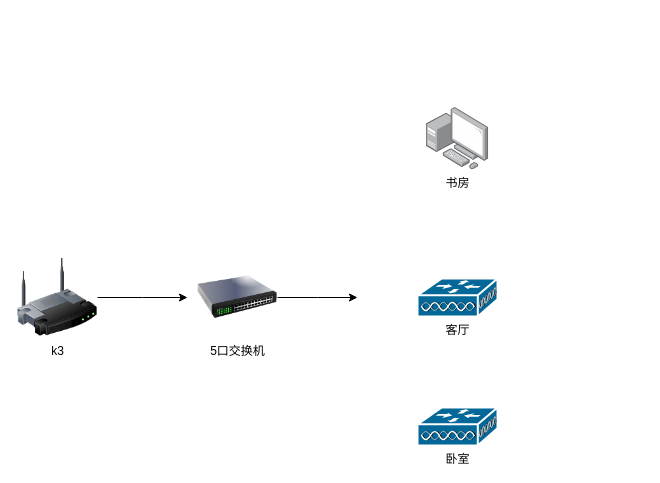
yehonghao/draw keeps this draw.io diagram as Untitled Diagram.drawio. Above is the earlier version. Source tidied: cells renumbered, new cells numbered last; positions are measured from the earlier drawing's top-left corner, leaving out a move shared by most shapes. Both pictures are drawn from the tidied source at 100%, with x=0, y=0 at pixel (17, 107).
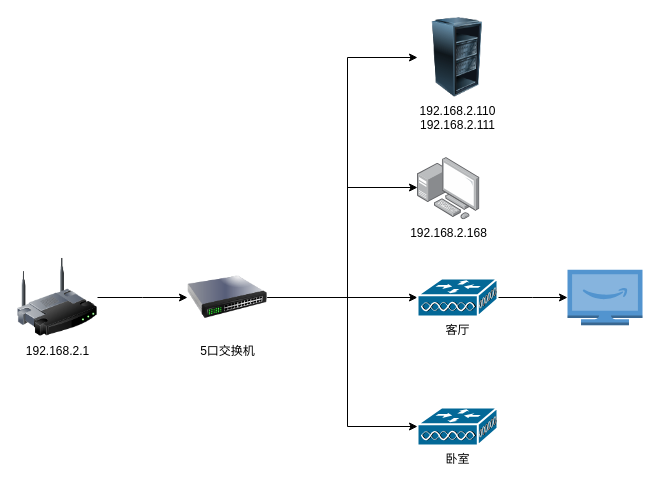
The same diagram, later.

Unchanged cells that the change refers to:
```xml
<mxCell id="7" value="客厅" style="shape=mxgraph.cisco.misc.mesh_ap;html=1;dashed=0;fillColor=#036897;strokeColor=#ffffff;strokeWidth=2;verticalLabelPosition=bottom;verticalAlign=top;align=center;outlineConnect=0;" parent="1" vertex="1">
  <mxGeometry x="400" y="171" width="80" height="38" as="geometry" />
</mxCell>
<mxCell id="8" value="卧室" style="shape=mxgraph.cisco.misc.mesh_ap;html=1;dashed=0;fillColor=#036897;strokeColor=#ffffff;strokeWidth=2;verticalLabelPosition=bottom;verticalAlign=top;align=center;outlineConnect=0;" parent="1" vertex="1">
  <mxGeometry x="400" y="300" width="80" height="38" as="geometry" />
</mxCell>
```

What changed in the source:
```diff
@@
-    <mxCell id="3" value="k3" style="image;html=1;image=img/lib/clip_art/networking/Wireless_Router_128x128.png;" parent="1" vertex="1">
+    <mxCell id="3" value="192.168.2.1" style="image;html=1;image=img/lib/clip_art/networking/Wireless_Router_128x128.png;" parent="1" vertex="1">
       <mxGeometry y="150" width="80" height="80" as="geometry" />
     </mxCell>
-    <mxCell id="4" style="edgeStyle=orthogonalEdgeStyle;rounded=0;jettySize=auto;html=1;" parent="1" edge="1" source="5">
-      <mxGeometry relative="1" as="geometry">
-        <mxPoint x="340" y="190" as="targetPoint" />
-      </mxGeometry>
-    </mxCell>
+    <mxCell id="9" style="edgeStyle=orthogonalEdgeStyle;rounded=0;jettySize=auto;html=1;" parent="1" edge="1" target="6">
+      <mxGeometry relative="1" as="geometry">
+        <mxPoint x="260" y="190" as="sourcePoint" />
+        <Array as="points">
+          <mxPoint x="330" y="190" />
+          <mxPoint x="330" y="80" />
+        </Array>
+      </mxGeometry>
+    </mxCell>
+    <mxCell id="10" style="edgeStyle=orthogonalEdgeStyle;rounded=0;jettySize=auto;html=1;exitX=1;exitY=0.5;exitDx=0;exitDy=0;entryX=0;entryY=0.5;entryDx=0;entryDy=0;entryPerimeter=0;" parent="1" edge="1" source="5" target="7">
+      <mxGeometry relative="1" as="geometry" />
+    </mxCell>
     <mxCell id="5" value="5口交换机" style="image;html=1;image=img/lib/clip_art/networking/Switch_128x128.png;" parent="1" vertex="1">
-      <mxGeometry x="180" y="150" width="80" height="80" as="geometry" />
+      <mxGeometry x="170" y="150" width="80" height="80" as="geometry" />
     </mxCell>
-    <mxCell id="6" value="书房" style="points=[];html=1;align=center;shadow=0;dashed=0;image;image=img/lib/allied_telesis/computer_and_terminals/Personal_Computer_with_Server.svg;" parent="1" vertex="1">
-      <mxGeometry x="408.8" width="62.4" height="62.4" as="geometry" />
+    <mxCell id="6" value="192.168.2.168" style="points=[];html=1;align=center;shadow=0;dashed=0;image;image=img/lib/allied_telesis/computer_and_terminals/Personal_Computer_with_Server.svg;" parent="1" vertex="1">
+      <mxGeometry x="400" y="50" width="62.4" height="62.4" as="geometry" />
     </mxCell>
+    <mxCell id="11" style="edgeStyle=orthogonalEdgeStyle;rounded=0;jettySize=auto;html=1;exitX=1;exitY=0.5;exitDx=0;exitDy=0;exitPerimeter=0;" parent="1" edge="1" source="7" target="13">
+      <mxGeometry relative="1" as="geometry" />
+    </mxCell>
@@
+    <mxCell id="12" style="edgeStyle=orthogonalEdgeStyle;rounded=0;jettySize=auto;html=1;entryX=0;entryY=0.5;entryDx=0;entryDy=0;entryPerimeter=0;" parent="1" edge="1" target="8">
+      <mxGeometry relative="1" as="geometry">
+        <mxPoint x="250" y="190" as="sourcePoint" />
+        <Array as="points">
+          <mxPoint x="330" y="190" />
+          <mxPoint x="330" y="319" />
+        </Array>
+      </mxGeometry>
+    </mxCell>
+    <mxCell id="13" style="outlineConnect=0;dashed=0;verticalLabelPosition=bottom;verticalAlign=top;align=center;html=1;shape=mxgraph.aws3.fire_tv;fillColor=#5294CF;gradientColor=none;" parent="1" vertex="1">
+      <mxGeometry x="550" y="162.2" width="75" height="55.5" as="geometry" />
+    </mxCell>
+    <mxCell id="14" style="edgeStyle=orthogonalEdgeStyle;rounded=0;jettySize=auto;html=1;" parent="1" edge="1" target="15">
+      <mxGeometry relative="1" as="geometry">
+        <mxPoint x="250" y="190" as="sourcePoint" />
+        <Array as="points">
+          <mxPoint x="330" y="190" />
+          <mxPoint x="330" y="-50" />
+        </Array>
+      </mxGeometry>
+    </mxCell>
+    <mxCell id="15" value="192.168.2.110&lt;br&gt;192.168.2.111" style="image;html=1;image=img/lib/clip_art/computers/Server_Rack_Partial_128x128.png;" parent="1" vertex="1">
+      <mxGeometry x="400" y="-90" width="80" height="80" as="geometry" />
+    </mxCell>
```
